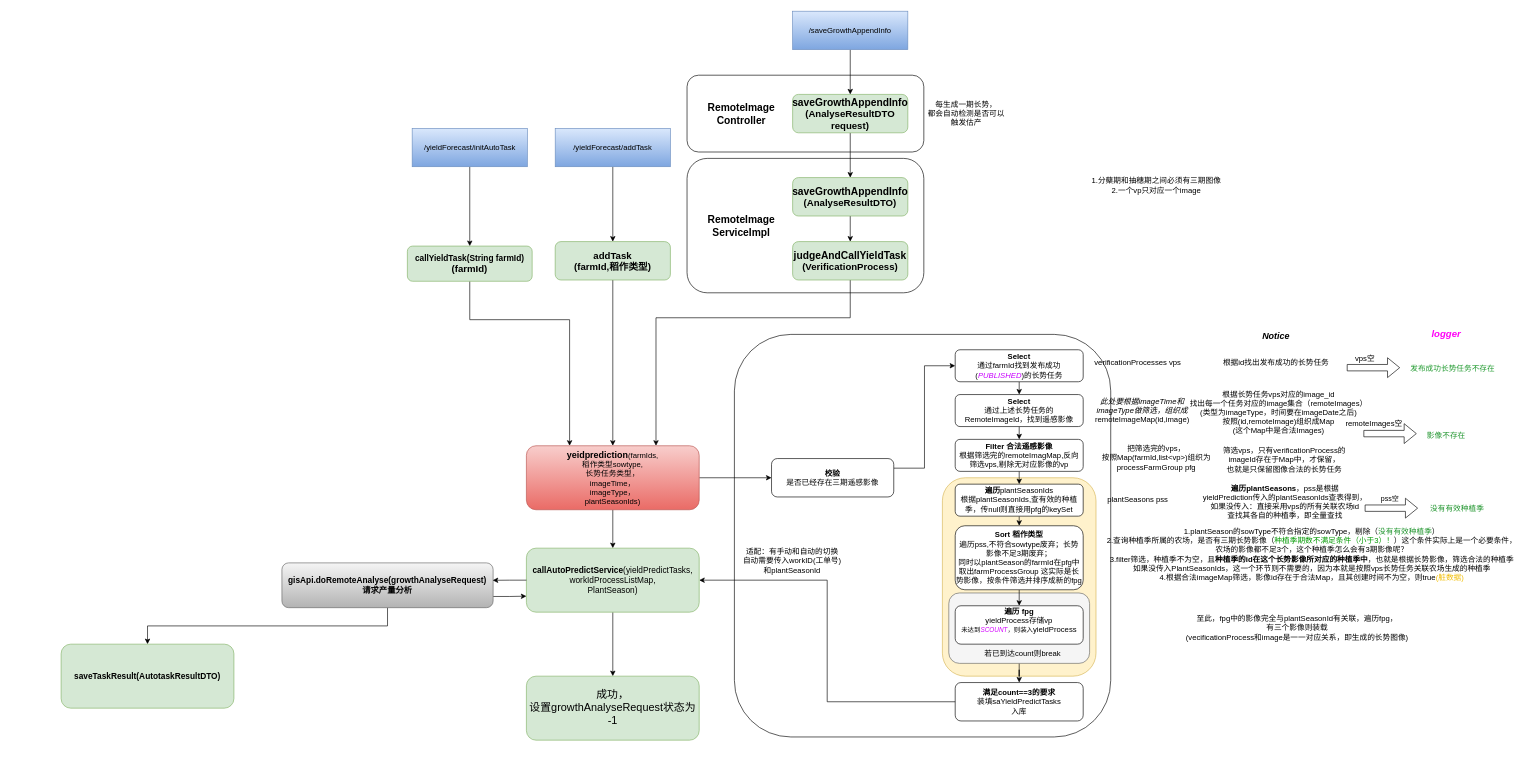
Before: 产量预估.drawio in RK-JD/DrawIO, a draw.io diagram. Source tidied: cells renumbered, new cells numbered last; positions are measured from the earlier drawing's top-left corner, leaving out a move shared by most shapes. Both pictures are drawn from the tidied source at 64%, with x=0, y=0 at pixel (61, 11).
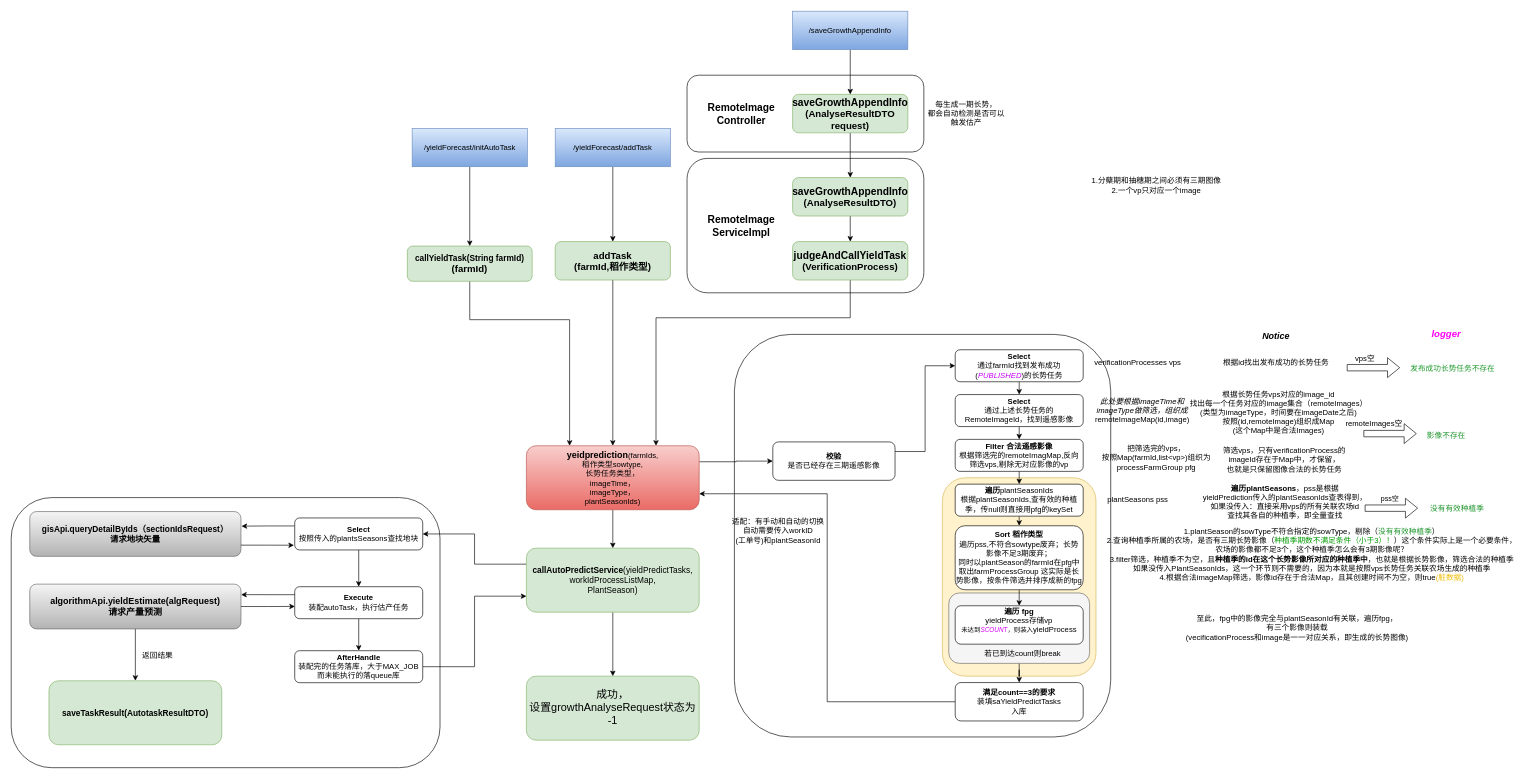
After the change.

Commit message:
更新产量预估.drawio

The change refers to these unchanged cells:
```xml
<mxCell id="11" value="&lt;b&gt;&lt;font style=&quot;font-size: 14px;&quot;&gt;yeidprediction&lt;/font&gt;&lt;/b&gt;(farmIds,&lt;div&gt;稻作类型sowtype,&lt;/div&gt;&lt;div&gt;长势任务类型，&lt;/div&gt;&lt;div&gt;imageTime，&lt;/div&gt;&lt;div&gt;imageType，&lt;/div&gt;&lt;div&gt;plantSeasonIds)&lt;/div&gt;" style="rounded=1;whiteSpace=wrap;html=1;fillColor=#f8cecc;strokeColor=#b85450;gradientColor=#ea6b66;" parent="1" vertex="1">
  <mxGeometry x="727" y="679" width="270" height="100" as="geometry" />
</mxCell>
<mxCell id="29" value="&lt;div&gt;&lt;b&gt;满足count==3的要求&lt;/b&gt;&lt;/div&gt;&lt;div&gt;装填&lt;span style=&quot;background-color: initial;&quot;&gt;saYieldPredictTasks&lt;/span&gt;&lt;/div&gt;&lt;div&gt;&lt;span style=&quot;background-color: initial;&quot;&gt;入库&lt;/span&gt;&lt;/div&gt;" style="rounded=1;whiteSpace=wrap;html=1;" parent="1" vertex="1">
  <mxGeometry x="1397" y="1049" width="200" height="60" as="geometry" />
</mxCell>
<mxCell id="34" value="&lt;span style=&quot;text-wrap: nowrap; font-size: 13px;&quot;&gt;&lt;b&gt;&lt;font style=&quot;font-size: 13px;&quot;&gt;callAutoPredictService&lt;/font&gt;&lt;/b&gt;(yieldPredictTasks,&lt;/span&gt;&lt;div&gt;&lt;span style=&quot;text-wrap: nowrap; font-size: 13px;&quot;&gt;workIdProcessListMap,&lt;/span&gt;&lt;/div&gt;&lt;div&gt;&lt;span style=&quot;text-wrap: nowrap; font-size: 13px;&quot;&gt;PlantSeason)&lt;/span&gt;&lt;/div&gt;" style="rounded=1;whiteSpace=wrap;html=1;fillColor=#d5e8d4;strokeColor=#82b366;" parent="1" vertex="1">
  <mxGeometry x="727" y="839" width="270" height="100" as="geometry" />
</mxCell>
```

The edit, as a diff of the source:
```diff
@@
+    <mxCell id="79" style="rounded=1;whiteSpace=wrap;html=1;" parent="1" vertex="1">
+      <mxGeometry x="-78" y="760" width="670" height="422" as="geometry" />
+    </mxCell>
@@
-    <mxCell id="9" style="edgeStyle=orthogonalEdgeStyle;rounded=0;jettySize=auto;html=1;exitX=1;exitY=0.5;exitDx=0;exitDy=0;entryX=0;entryY=0.5;entryDx=0;entryDy=0;" parent="1" edge="1" source="11" target="13">
+    <mxCell id="9" style="edgeStyle=orthogonalEdgeStyle;rounded=0;jettySize=auto;html=1;exitX=1;exitY=0.25;exitDx=0;exitDy=0;entryX=0;entryY=0.5;entryDx=0;entryDy=0;" parent="1" edge="1" source="11" target="13">
       <mxGeometry relative="1" as="geometry" />
     </mxCell>
@@
     <mxCell id="13" value="&lt;b&gt;校验&lt;/b&gt;&lt;br&gt;是否已经存在三期遥感影像" style="rounded=1;whiteSpace=wrap;html=1;" parent="1" vertex="1">
-      <mxGeometry x="1110" y="699" width="191" height="60" as="geometry" />
+      <mxGeometry x="1112" y="673" width="191" height="60" as="geometry" />
     </mxCell>
@@
-    <mxCell id="31" style="edgeStyle=orthogonalEdgeStyle;rounded=0;jettySize=auto;html=1;exitX=0;exitY=0.5;exitDx=0;exitDy=0;entryX=1;entryY=0.5;entryDx=0;entryDy=0;" parent="1" edge="1" source="29" target="34">
+    <mxCell id="31" style="edgeStyle=orthogonalEdgeStyle;rounded=0;jettySize=auto;html=1;exitX=0;exitY=0.5;exitDx=0;exitDy=0;entryX=1;entryY=0.75;entryDx=0;entryDy=0;" parent="1" edge="1" source="29" target="11">
       <mxGeometry relative="1" as="geometry" />
     </mxCell>
-    <mxCell id="32" value="适配：有手动和自动的切换&lt;div&gt;自动需要传入workID(工单号)&lt;/div&gt;&lt;div&gt;和plantSeasonId&lt;/div&gt;" style="text;html=1;align=center;verticalAlign=middle;strokeColor=none;fillColor=none;" parent="1" vertex="1">
-      <mxGeometry x="1052" y="829" width="180" height="60" as="geometry" />
+    <mxCell id="32" value="适配：有手动和自动的切换&lt;div&gt;自动需要传入workID&lt;/div&gt;&lt;div&gt;(工单号)&lt;span style=&quot;background-color: initial;&quot;&gt;和plantSeasonId&lt;/span&gt;&lt;/div&gt;" style="text;html=1;align=center;verticalAlign=middle;strokeColor=none;fillColor=none;" parent="1" vertex="1">
+      <mxGeometry x="1039" y="784" width="162" height="55" as="geometry" />
     </mxCell>
@@
+    <mxCell id="80" style="edgeStyle=orthogonalEdgeStyle;rounded=0;jettySize=auto;html=1;exitX=0;exitY=0.25;exitDx=0;exitDy=0;entryX=1;entryY=0.5;entryDx=0;entryDy=0;" parent="1" edge="1" source="34" target="84">
+      <mxGeometry relative="1" as="geometry" />
+    </mxCell>
@@
-    <mxCell id="35" style="edgeStyle=orthogonalEdgeStyle;rounded=0;jettySize=auto;html=1;exitX=1;exitY=0.75;exitDx=0;exitDy=0;entryX=0;entryY=0.75;entryDx=0;entryDy=0;" parent="1" edge="1" source="37" target="34">
-      <mxGeometry relative="1" as="geometry" />
-    </mxCell>
-    <mxCell id="36" style="edgeStyle=orthogonalEdgeStyle;rounded=0;jettySize=auto;html=1;exitX=0.5;exitY=1;exitDx=0;exitDy=0;entryX=0.5;entryY=0;entryDx=0;entryDy=0;" parent="1" edge="1" source="37" target="57">
-      <mxGeometry relative="1" as="geometry" />
-    </mxCell>
-    <mxCell id="37" value="&lt;span style=&quot;font-size: 13px; text-wrap: nowrap;&quot;&gt;&lt;b&gt;gisApi.doRemoteAnalyse(growthAnalyseRequest)&lt;/b&gt;&lt;/span&gt;&lt;div&gt;&lt;span style=&quot;font-size: 13px; text-wrap: nowrap;&quot;&gt;&lt;b&gt;请求产量分析&lt;/b&gt;&lt;/span&gt;&lt;/div&gt;" style="rounded=1;whiteSpace=wrap;html=1;fillColor=#f5f5f5;strokeColor=#666666;gradientColor=#b3b3b3;" parent="1" vertex="1">
-      <mxGeometry x="345" y="862" width="330" height="70" as="geometry" />
-    </mxCell>
@@
-    <mxCell id="56" style="edgeStyle=orthogonalEdgeStyle;rounded=0;jettySize=auto;html=1;exitX=0;exitY=0.5;exitDx=0;exitDy=0;entryX=0.998;entryY=0.389;entryDx=0;entryDy=0;entryPerimeter=0;" parent="1" edge="1" source="34" target="37">
-      <mxGeometry relative="1" as="geometry" />
-    </mxCell>
-    <mxCell id="57" value="&lt;span style=&quot;font-size: 13px; text-wrap: nowrap;&quot;&gt;&lt;b&gt;saveTaskResult(AutotaskResultDTO)&lt;/b&gt;&lt;/span&gt;" style="rounded=1;whiteSpace=wrap;html=1;fillColor=#d5e8d4;strokeColor=#82b366;" parent="1" vertex="1">
-      <mxGeometry y="989" width="270" height="100" as="geometry" />
-    </mxCell>
@@
+    <mxCell id="81" value="&lt;b style=&quot;font-size: 13px; text-wrap: nowrap;&quot;&gt;gisApi.queryDetailByIds（&lt;/b&gt;&lt;span style=&quot;font-size: 13px; text-wrap: nowrap;&quot;&gt;&lt;b&gt;sectionIdsRequest&lt;/b&gt;&lt;/span&gt;&lt;b style=&quot;font-size: 13px; text-wrap: nowrap;&quot;&gt;）&lt;/b&gt;&lt;br&gt;&lt;div&gt;&lt;span style=&quot;font-size: 13px; text-wrap: nowrap;&quot;&gt;&lt;b&gt;请求地块矢量&lt;/b&gt;&lt;/span&gt;&lt;/div&gt;" style="rounded=1;whiteSpace=wrap;html=1;fillColor=#f5f5f5;strokeColor=#666666;gradientColor=#b3b3b3;" parent="1" vertex="1">
+      <mxGeometry x="-49" y="781.8" width="330" height="70" as="geometry" />
+    </mxCell>
+    <mxCell id="82" style="edgeStyle=orthogonalEdgeStyle;rounded=0;jettySize=auto;html=1;exitX=0;exitY=0.25;exitDx=0;exitDy=0;" parent="1" edge="1" source="84">
+      <mxGeometry relative="1" as="geometry">
+        <mxPoint x="281.9" y="804.6" as="targetPoint" />
+      </mxGeometry>
+    </mxCell>
+    <mxCell id="83" style="edgeStyle=orthogonalEdgeStyle;rounded=0;jettySize=auto;html=1;exitX=0.5;exitY=1;exitDx=0;exitDy=0;entryX=0.5;entryY=0;entryDx=0;entryDy=0;" parent="1" edge="1" source="84" target="89">
+      <mxGeometry relative="1" as="geometry" />
+    </mxCell>
+    <mxCell id="84" value="&lt;b&gt;Select&lt;/b&gt;&lt;br&gt;按照传入的plantsSeasons查找地块" style="rounded=1;whiteSpace=wrap;html=1;" parent="1" vertex="1">
+      <mxGeometry x="365" y="791.8" width="200" height="50" as="geometry" />
+    </mxCell>
+    <mxCell id="85" style="edgeStyle=orthogonalEdgeStyle;rounded=0;jettySize=auto;html=1;exitX=1;exitY=0.75;exitDx=0;exitDy=0;entryX=-0.006;entryY=0.852;entryDx=0;entryDy=0;entryPerimeter=0;" parent="1" edge="1" source="81" target="84">
+      <mxGeometry relative="1" as="geometry" />
+    </mxCell>
+    <mxCell id="86" style="edgeStyle=orthogonalEdgeStyle;rounded=0;jettySize=auto;html=1;exitX=0.5;exitY=1;exitDx=0;exitDy=0;entryX=0.5;entryY=0;entryDx=0;entryDy=0;" parent="1" edge="1" source="87" target="57">
+      <mxGeometry relative="1" as="geometry" />
+    </mxCell>
+    <mxCell id="87" value="&lt;font style=&quot;font-size: 14px;&quot;&gt;&lt;b&gt;&lt;span style=&quot;text-wrap: nowrap;&quot;&gt;algorithmApi.yieldEstimate(algRequest)&lt;/span&gt;&lt;br&gt;&lt;/b&gt;&lt;/font&gt;&lt;div style=&quot;font-size: 14px;&quot;&gt;&lt;span style=&quot;text-wrap: nowrap;&quot;&gt;&lt;b style=&quot;&quot;&gt;&lt;font style=&quot;font-size: 14px;&quot;&gt;请求产量预测&lt;/font&gt;&lt;/b&gt;&lt;/span&gt;&lt;/div&gt;" style="rounded=1;whiteSpace=wrap;html=1;fillColor=#f5f5f5;strokeColor=#666666;gradientColor=#b3b3b3;" parent="1" vertex="1">
+      <mxGeometry x="-49" y="895.2" width="330" height="70" as="geometry" />
+    </mxCell>
+    <mxCell id="88" style="edgeStyle=orthogonalEdgeStyle;rounded=0;jettySize=auto;html=1;exitX=0.5;exitY=1;exitDx=0;exitDy=0;entryX=0.5;entryY=0;entryDx=0;entryDy=0;" parent="1" edge="1" source="89" target="93">
+      <mxGeometry relative="1" as="geometry" />
+    </mxCell>
+    <mxCell id="89" value="&lt;b&gt;Execute&lt;/b&gt;&lt;div&gt;装配autoTask，执行估产任务&lt;/div&gt;" style="rounded=1;whiteSpace=wrap;html=1;" parent="1" vertex="1">
+      <mxGeometry x="365" y="899.2" width="200" height="50" as="geometry" />
+    </mxCell>
+    <mxCell id="90" style="edgeStyle=orthogonalEdgeStyle;rounded=0;jettySize=auto;html=1;exitX=1;exitY=0.5;exitDx=0;exitDy=0;entryX=0.001;entryY=0.617;entryDx=0;entryDy=0;entryPerimeter=0;" parent="1" edge="1" source="87" target="89">
+      <mxGeometry relative="1" as="geometry" />
+    </mxCell>
+    <mxCell id="91" style="edgeStyle=orthogonalEdgeStyle;rounded=0;jettySize=auto;html=1;exitX=0;exitY=0.25;exitDx=0;exitDy=0;entryX=1.001;entryY=0.235;entryDx=0;entryDy=0;entryPerimeter=0;" parent="1" edge="1" source="89" target="87">
+      <mxGeometry relative="1" as="geometry" />
+    </mxCell>
+    <mxCell id="92" style="edgeStyle=orthogonalEdgeStyle;rounded=0;jettySize=auto;html=1;exitX=1;exitY=0.5;exitDx=0;exitDy=0;entryX=0;entryY=0.75;entryDx=0;entryDy=0;" parent="1" edge="1" source="93" target="34">
+      <mxGeometry relative="1" as="geometry" />
+    </mxCell>
+    <mxCell id="93" value="&lt;b&gt;AfterHandle&lt;/b&gt;&lt;div&gt;装配完的任务落库，大于MAX_JOB而未能执行的落queue库&lt;/div&gt;" style="rounded=1;whiteSpace=wrap;html=1;" parent="1" vertex="1">
+      <mxGeometry x="365" y="999.2" width="200" height="50" as="geometry" />
+    </mxCell>
+    <mxCell id="57" value="&lt;span style=&quot;font-size: 13px; text-wrap: nowrap;&quot;&gt;&lt;b&gt;saveTaskResult(AutotaskResultDTO)&lt;/b&gt;&lt;/span&gt;" style="rounded=1;whiteSpace=wrap;html=1;fillColor=#d5e8d4;strokeColor=#82b366;" parent="1" vertex="1">
+      <mxGeometry x="-19" y="1046.2" width="270" height="100" as="geometry" />
+    </mxCell>
+    <mxCell id="94" value="返回结果" style="text;html=1;align=center;verticalAlign=middle;whiteSpace=wrap;rounded=0;" parent="1" vertex="1">
+      <mxGeometry x="121" y="991.5" width="60" height="30" as="geometry" />
+    </mxCell>
```
